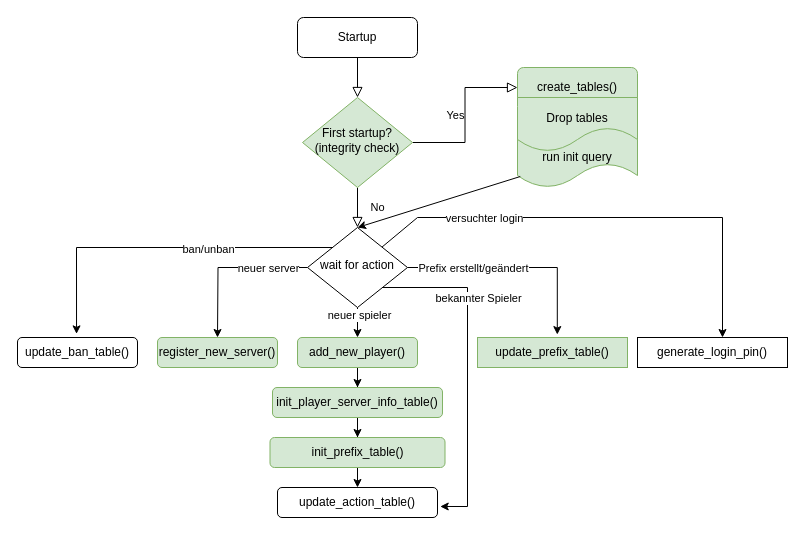
Earlier version of the draw.io diagram database/flowchart.drawio (Tobias-Auer/MCConnect). Source tidied: cells renumbered, new cells numbered last; positions are measured from the earlier drawing's top-left corner, leaving out a move shared by most shapes. Both pictures are drawn from the tidied source at 100%, with x=0, y=0 at pixel (17, 17).
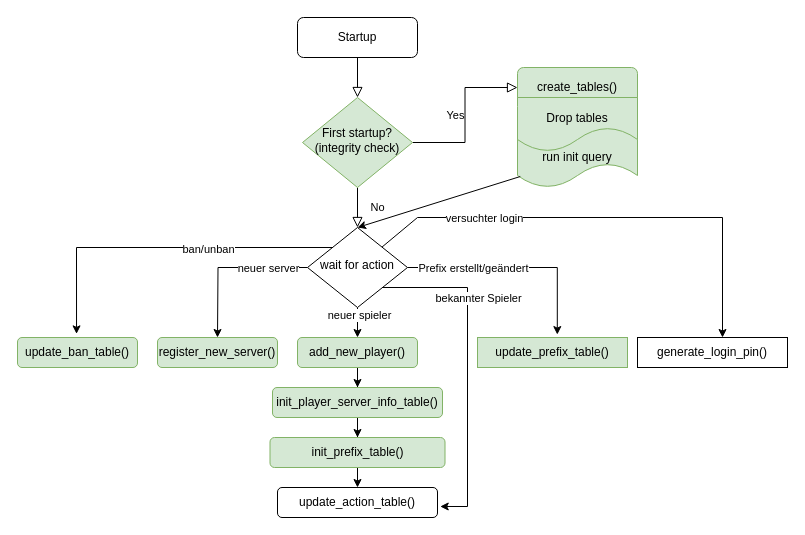
After the change.

Diff of the diagram source:
```diff
@@
-    <mxCell id="35" value="update_ban_table()" style="rounded=1;whiteSpace=wrap;html=1;" parent="1" vertex="1">
+    <mxCell id="35" value="update_ban_table()" style="rounded=1;whiteSpace=wrap;html=1;fillColor=#d5e8d4;strokeColor=#82b366;" parent="1" vertex="1">
       <mxGeometry y="320" width="120" height="30" as="geometry" />
     </mxCell>
```
